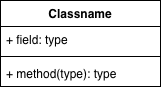
Earlier version of the draw.io export uml-diagrams/factory.drawio.png (ripan-baidya/low-level-design). Source tidied: cells renumbered, new cells last; positions are measured from the earlier drawing's top-left corner, leaving out a move shared by most shapes. Source of this version:
```xml
<mxGraphModel>
  <root>
    <mxCell id="0" />
    <mxCell id="1" parent="0" />
    <mxCell id="2" value="Classname" style="swimlane;fontStyle=1;align=center;verticalAlign=top;horizontal=1;startSize=26;whiteSpace=wrap;html=1;" parent="1" vertex="1">
      <mxGeometry width="160" height="86" as="geometry" />
    </mxCell>
    <mxCell id="3" value="+ field: type" style="text;strokeColor=none;fillColor=none;align=left;verticalAlign=top;spacingLeft=4;spacingRight=4;overflow=hidden;whiteSpace=wrap;html=1;" parent="2" vertex="1">
      <mxGeometry y="26" width="160" height="26" as="geometry" />
    </mxCell>
    <mxCell id="4" style="line;strokeWidth=1;fillColor=none;align=left;verticalAlign=middle;spacingTop=-1;spacingLeft=3;spacingRight=3;labelPosition=right;strokeColor=inherit;" parent="2" vertex="1">
      <mxGeometry y="52" width="160" height="8" as="geometry" />
    </mxCell>
    <mxCell id="5" value="+ method(type): type" style="text;strokeColor=none;fillColor=none;align=left;verticalAlign=top;spacingLeft=4;spacingRight=4;overflow=hidden;whiteSpace=wrap;html=1;" parent="2" vertex="1">
      <mxGeometry y="60" width="160" height="26" as="geometry" />
    </mxCell>
  </root>
</mxGraphModel>
```
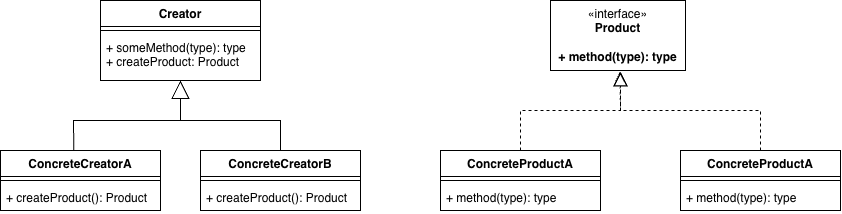
After the change.

Diff of the diagram source:
```diff
@@ -2,17 +2,87 @@
   <root>
     <mxCell id="0" />
     <mxCell id="1" parent="0" />
-    <mxCell id="2" value="Classname" style="swimlane;fontStyle=1;align=center;verticalAlign=top;horizontal=1;startSize=26;whiteSpace=wrap;html=1;" parent="1" vertex="1">
-      <mxGeometry width="160" height="86" as="geometry" />
+    <mxCell id="2" value="ConcreteProductA" style="swimlane;fontStyle=1;align=center;verticalAlign=top;horizontal=1;startSize=26;whiteSpace=wrap;html=1;" parent="1" vertex="1">
+      <mxGeometry width="160" height="60" as="geometry" />
     </mxCell>
-    <mxCell id="3" value="+ field: type" style="text;strokeColor=none;fillColor=none;align=left;verticalAlign=top;spacingLeft=4;spacingRight=4;overflow=hidden;whiteSpace=wrap;html=1;" parent="2" vertex="1">
-      <mxGeometry y="26" width="160" height="26" as="geometry" />
-    </mxCell>
     <mxCell id="4" style="line;strokeWidth=1;fillColor=none;align=left;verticalAlign=middle;spacingTop=-1;spacingLeft=3;spacingRight=3;labelPosition=right;strokeColor=inherit;" parent="2" vertex="1">
-      <mxGeometry y="52" width="160" height="8" as="geometry" />
+      <mxGeometry y="26" width="160" height="8" as="geometry" />
     </mxCell>
     <mxCell id="5" value="+ method(type): type" style="text;strokeColor=none;fillColor=none;align=left;verticalAlign=top;spacingLeft=4;spacingRight=4;overflow=hidden;whiteSpace=wrap;html=1;" parent="2" vertex="1">
-      <mxGeometry y="60" width="160" height="26" as="geometry" />
+      <mxGeometry y="34" width="160" height="26" as="geometry" />
     </mxCell>
+    <mxCell id="6" value="«interface»&lt;br&gt;&lt;b&gt;Product&lt;/b&gt;&lt;div&gt;&lt;b&gt;&lt;br&gt;&lt;/b&gt;&lt;/div&gt;&lt;div&gt;&lt;b&gt;+ method(type): type&lt;/b&gt;&lt;/div&gt;" style="html=1;whiteSpace=wrap;" parent="1" vertex="1">
+      <mxGeometry x="110" y="-150" width="135" height="70" as="geometry" />
+    </mxCell>
+    <mxCell id="7" value="ConcreteProductA" style="swimlane;fontStyle=1;align=center;verticalAlign=top;horizontal=1;startSize=26;whiteSpace=wrap;html=1;" parent="1" vertex="1">
+      <mxGeometry x="240" width="160" height="60" as="geometry" />
+    </mxCell>
+    <mxCell id="8" style="line;strokeWidth=1;fillColor=none;align=left;verticalAlign=middle;spacingTop=-1;spacingLeft=3;spacingRight=3;labelPosition=right;strokeColor=inherit;" parent="7" vertex="1">
+      <mxGeometry y="26" width="160" height="8" as="geometry" />
+    </mxCell>
+    <mxCell id="9" value="+ method(type): type" style="text;strokeColor=none;fillColor=none;align=left;verticalAlign=top;spacingLeft=4;spacingRight=4;overflow=hidden;whiteSpace=wrap;html=1;" parent="7" vertex="1">
+      <mxGeometry y="34" width="160" height="26" as="geometry" />
+    </mxCell>
+    <mxCell id="10" value="Creator" style="swimlane;fontStyle=1;align=center;verticalAlign=top;horizontal=1;startSize=26;whiteSpace=wrap;html=1;" parent="1" vertex="1">
+      <mxGeometry x="-340" y="-150" width="160" height="80" as="geometry" />
+    </mxCell>
+    <mxCell id="11" style="line;strokeWidth=1;fillColor=none;align=left;verticalAlign=middle;spacingTop=-1;spacingLeft=3;spacingRight=3;labelPosition=right;strokeColor=inherit;" parent="10" vertex="1">
+      <mxGeometry y="26" width="160" height="8" as="geometry" />
+    </mxCell>
+    <mxCell id="12" value="+ someMethod(type): type&lt;div&gt;+ createProduct: Product&lt;/div&gt;" style="text;strokeColor=none;fillColor=none;align=left;verticalAlign=top;spacingLeft=4;spacingRight=4;overflow=hidden;whiteSpace=wrap;html=1;" parent="10" vertex="1">
+      <mxGeometry y="34" width="160" height="46" as="geometry" />
+    </mxCell>
+    <mxCell id="13" value="ConcreteCreatorA" style="swimlane;fontStyle=1;align=center;verticalAlign=top;horizontal=1;startSize=26;whiteSpace=wrap;html=1;" parent="1" vertex="1">
+      <mxGeometry x="-440" width="160" height="60" as="geometry" />
+    </mxCell>
+    <mxCell id="14" style="line;strokeWidth=1;fillColor=none;align=left;verticalAlign=middle;spacingTop=-1;spacingLeft=3;spacingRight=3;labelPosition=right;strokeColor=inherit;" parent="13" vertex="1">
+      <mxGeometry y="26" width="160" height="8" as="geometry" />
+    </mxCell>
+    <mxCell id="15" value="+ createProduct(): Product" style="text;strokeColor=none;fillColor=none;align=left;verticalAlign=top;spacingLeft=4;spacingRight=4;overflow=hidden;whiteSpace=wrap;html=1;" parent="13" vertex="1">
+      <mxGeometry y="34" width="160" height="26" as="geometry" />
+    </mxCell>
+    <mxCell id="16" value="ConcreteCreatorB" style="swimlane;fontStyle=1;align=center;verticalAlign=top;horizontal=1;startSize=26;whiteSpace=wrap;html=1;" parent="1" vertex="1">
+      <mxGeometry x="-240" width="160" height="60" as="geometry" />
+    </mxCell>
+    <mxCell id="17" style="line;strokeWidth=1;fillColor=none;align=left;verticalAlign=middle;spacingTop=-1;spacingLeft=3;spacingRight=3;labelPosition=right;strokeColor=inherit;" parent="16" vertex="1">
+      <mxGeometry y="26" width="160" height="8" as="geometry" />
+    </mxCell>
+    <mxCell id="18" value="+ createProduct(): Product" style="text;strokeColor=none;fillColor=none;align=left;verticalAlign=top;spacingLeft=4;spacingRight=4;overflow=hidden;whiteSpace=wrap;html=1;" parent="16" vertex="1">
+      <mxGeometry y="34" width="160" height="26" as="geometry" />
+    </mxCell>
+    <mxCell id="19" style="endArrow=block;endSize=16;endFill=0;html=1;rounded=0;exitX=0.458;exitY=-0.009;exitDx=0;exitDy=0;exitPerimeter=0;entryX=0.5;entryY=1;entryDx=0;entryDy=0;" parent="1" edge="1" source="13" target="10">
+      <mxGeometry relative="1" as="geometry">
+        <Array as="points">
+          <mxPoint x="-367" y="-30" />
+          <mxPoint x="-260" y="-30" />
+        </Array>
+      </mxGeometry>
+    </mxCell>
+    <mxCell id="20" style="endArrow=block;endSize=16;endFill=0;html=1;rounded=0;exitX=0.5;exitY=0;exitDx=0;exitDy=0;" parent="1" edge="1" source="16">
+      <mxGeometry relative="1" as="geometry">
+        <mxPoint x="-260" y="-70" as="targetPoint" />
+        <Array as="points">
+          <mxPoint x="-160" y="-20" />
+          <mxPoint x="-160" y="-30" />
+          <mxPoint x="-260" y="-30" />
+        </Array>
+      </mxGeometry>
+    </mxCell>
+    <mxCell id="21" style="endArrow=block;dashed=1;endFill=0;endSize=12;html=1;rounded=0;exitX=0.5;exitY=0;exitDx=0;exitDy=0;entryX=0.515;entryY=1.018;entryDx=0;entryDy=0;entryPerimeter=0;" parent="1" edge="1" source="2" target="6">
+      <mxGeometry relative="1" as="geometry">
+        <Array as="points">
+          <mxPoint x="80" y="-40" />
+          <mxPoint x="180" y="-40" />
+        </Array>
+      </mxGeometry>
+    </mxCell>
+    <mxCell id="22" style="endArrow=block;dashed=1;endFill=0;endSize=12;html=1;rounded=0;exitX=0.5;exitY=0;exitDx=0;exitDy=0;entryX=0.52;entryY=1.018;entryDx=0;entryDy=0;entryPerimeter=0;" parent="1" edge="1" source="7" target="6">
+      <mxGeometry relative="1" as="geometry">
+        <Array as="points">
+          <mxPoint x="320" y="-40" />
+          <mxPoint x="180" y="-40" />
+        </Array>
+      </mxGeometry>
+    </mxCell>
   </root>
 </mxGraphModel>
```
